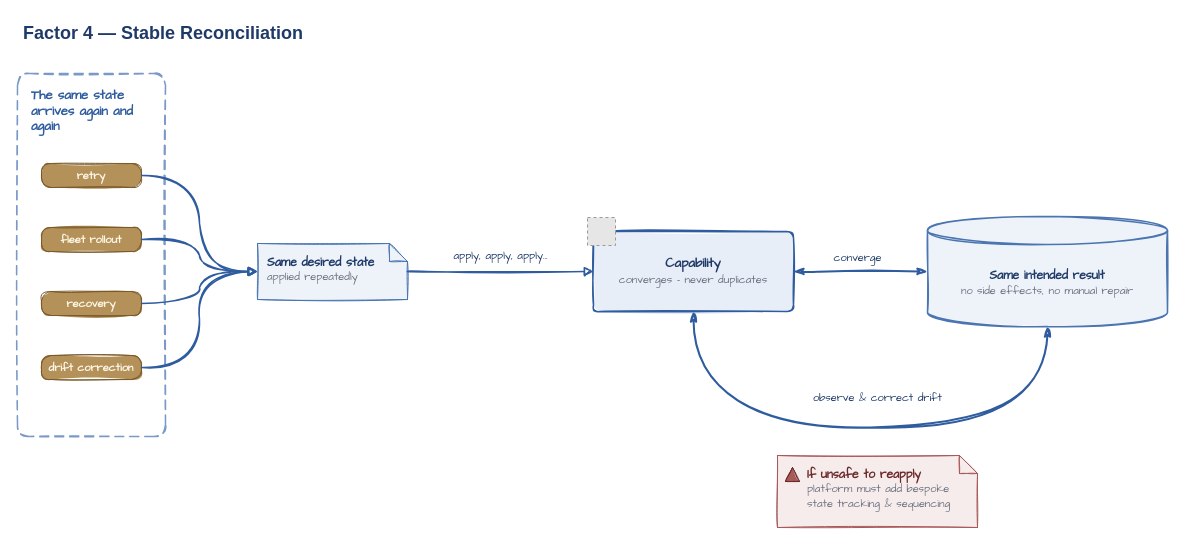
The draw.io diagram diagrams/factor-4-stable-reconciliation.drawio in missBerg/platform-capabilities, before the edit. Source tidied: cells renumbered, new cells numbered last; positions are measured from the earlier drawing's top-left corner, leaving out a move shared by most shapes. Both pictures are drawn from the tidied source at 100%, with x=0, y=0 at pixel (17, 17). Pictures stored in the file or linked from it are replaced by grey dashed boxes.
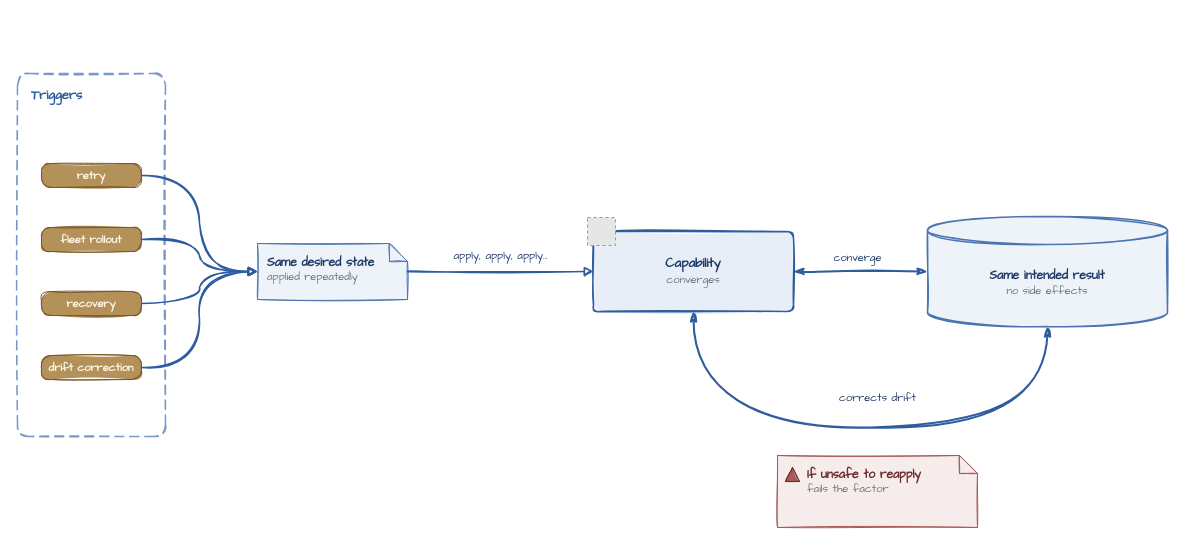
The same page after the edit.

Change to the diagram source:
```diff
@@
-    <mxCell id="2" value="Factor 4 — Stable Reconciliation" style="text;html=1;align=left;verticalAlign=middle;whiteSpace=wrap;rounded=0;fontColor=#1F3A68;fontFamily=Helvetica;fontSize=18;fontStyle=1;spacingLeft=4;" parent="1" vertex="1">
-      <mxGeometry width="420" height="32" as="geometry" />
-    </mxCell>
-    <mxCell id="3" value="&lt;b&gt;The same state arrives again and again&lt;/b&gt;" style="rounded=1;whiteSpace=wrap;html=1;arcSize=8;fillColor=none;strokeColor=#7A99C7;strokeWidth=1.5;fontColor=#2E5C9E;fontFamily=Comic Sans MS;fontSize=13;align=left;verticalAlign=top;dashed=1;dashPattern=6 4;spacingLeft=12;spacingTop=8;shadow=0;sketch=1;" parent="1" vertex="1">
+    <mxCell id="3" value="&lt;b&gt;Triggers&lt;/b&gt;" style="rounded=1;whiteSpace=wrap;html=1;arcSize=8;fillColor=none;strokeColor=#7A99C7;strokeWidth=1.5;fontColor=#2E5C9E;fontFamily=Comic Sans MS;fontSize=13;align=left;verticalAlign=top;dashed=1;dashPattern=6 4;spacingLeft=12;spacingTop=8;shadow=0;sketch=1;" parent="1" vertex="1">
       <mxGeometry y="56" width="148" height="363" as="geometry" />
     </mxCell>
@@
-    <mxCell id="9" value="&lt;b&gt;Capability&lt;/b&gt;&lt;br&gt;&lt;font style=&quot;font-size: 11px&quot; color=&quot;#6B7280&quot;&gt;converges - never duplicates&lt;/font&gt;" style="rounded=1;whiteSpace=wrap;html=1;arcSize=8;fillColor=#E8EEF7;strokeColor=#2E5C9E;strokeWidth=1.5;fontColor=#1F3A68;fontFamily=Comic Sans MS;fontSize=13;align=center;verticalAlign=middle;shadow=0;sketch=1;fillStyle=solid;" parent="1" vertex="1">
+    <mxCell id="9" value="&lt;b&gt;Capability&lt;/b&gt;&lt;br&gt;&lt;font style=&quot;font-size: 11px&quot; color=&quot;#6B7280&quot;&gt;converges&lt;/font&gt;" style="rounded=1;whiteSpace=wrap;html=1;arcSize=8;fillColor=#E8EEF7;strokeColor=#2E5C9E;strokeWidth=1.5;fontColor=#1F3A68;fontFamily=Comic Sans MS;fontSize=13;align=center;verticalAlign=middle;shadow=0;sketch=1;fillStyle=solid;" parent="1" vertex="1">
       <mxGeometry x="576" y="214" width="200" height="80" as="geometry" />
     </mxCell>
@@
-    <mxCell id="11" value="&lt;b&gt;Same intended result&lt;/b&gt;&lt;br&gt;&lt;font style=&quot;font-size: 11px&quot; color=&quot;#6B7280&quot;&gt;no side effects, no manual repair&lt;/font&gt;" style="shape=cylinder3;boundedLbl=1;backgroundOutline=1;size=14;whiteSpace=wrap;html=1;fillColor=#EEF3F9;strokeColor=#4A75B1;strokeWidth=1.5;fontColor=#1F3A68;fontFamily=Comic Sans MS;fontSize=12;align=center;verticalAlign=middle;shadow=0;sketch=1;fillStyle=solid;" parent="1" vertex="1">
+    <mxCell id="11" value="&lt;b&gt;Same intended result&lt;/b&gt;&lt;br&gt;&lt;font style=&quot;font-size: 11px&quot; color=&quot;#6B7280&quot;&gt;no side effects&lt;/font&gt;" style="shape=cylinder3;boundedLbl=1;backgroundOutline=1;size=14;whiteSpace=wrap;html=1;fillColor=#EEF3F9;strokeColor=#4A75B1;strokeWidth=1.5;fontColor=#1F3A68;fontFamily=Comic Sans MS;fontSize=12;align=center;verticalAlign=middle;shadow=0;sketch=1;fillStyle=solid;" parent="1" vertex="1">
       <mxGeometry x="910" y="199" width="240" height="110" as="geometry" />
     </mxCell>
-    <mxCell id="12" value="&lt;b&gt;If unsafe to reapply&lt;/b&gt;&lt;br&gt;&lt;font style=&quot;font-size: 11px&quot; color=&quot;#6B7280&quot;&gt;platform must add bespoke state tracking &amp;amp; sequencing&lt;/font&gt;" style="shape=note;whiteSpace=wrap;html=1;backgroundOutline=1;fillColor=#F7ECEC;strokeColor=#A85959;strokeWidth=1;fontColor=#6B2A2A;fontFamily=Comic Sans MS;fontSize=12;align=left;verticalAlign=top;spacingLeft=28;spacingTop=6;spacingRight=8;shadow=0;size=18;sketch=1;fillStyle=solid;" parent="1" vertex="1">
+    <mxCell id="12" value="&lt;b&gt;If unsafe to reapply&lt;/b&gt;&lt;br&gt;&lt;font style=&quot;font-size: 11px&quot; color=&quot;#6B7280&quot;&gt;fails the factor&lt;/font&gt;" style="shape=note;whiteSpace=wrap;html=1;backgroundOutline=1;fillColor=#F7ECEC;strokeColor=#A85959;strokeWidth=1;fontColor=#6B2A2A;fontFamily=Comic Sans MS;fontSize=12;align=left;verticalAlign=top;spacingLeft=28;spacingTop=6;spacingRight=8;shadow=0;size=18;sketch=1;fillStyle=solid;" parent="1" vertex="1">
       <mxGeometry x="760" y="438" width="200" height="72" as="geometry" />
     </mxCell>
@@
-    <mxCell id="20" value="observe &amp;amp; correct drift" style="edgeStyle=orthogonalEdgeStyle;endArrow=classicThin;startArrow=classicThin;html=1;curved=1;rounded=0;strokeColor=#2E5C9E;strokeWidth=2;fontColor=#1F3A68;fontFamily=Comic Sans MS;fontSize=11;sketch=1;sketch=1;curveFitting=1;jiggle=2;curved=1;exitX=0.5;exitY=1;exitDx=0;exitDy=0;entryX=0.5;entryY=1;entryDx=0;entryDy=0;" parent="1" edge="1" source="11" target="9">
+    <mxCell id="20" value="corrects drift" style="edgeStyle=orthogonalEdgeStyle;endArrow=classicThin;startArrow=classicThin;html=1;curved=1;rounded=0;strokeColor=#2E5C9E;strokeWidth=2;fontColor=#1F3A68;fontFamily=Comic Sans MS;fontSize=11;sketch=1;sketch=1;curveFitting=1;jiggle=2;curved=1;exitX=0.5;exitY=1;exitDx=0;exitDy=0;entryX=0.5;entryY=1;entryDx=0;entryDy=0;" parent="1" edge="1" source="11" target="9">
       <mxGeometry x="-0.05" y="-30" relative="1" as="geometry">
         <Array as="points">
           <mxPoint x="1030" y="410" />
           <mxPoint x="676" y="410" />
         </Array>
       </mxGeometry>
     </mxCell>
```
